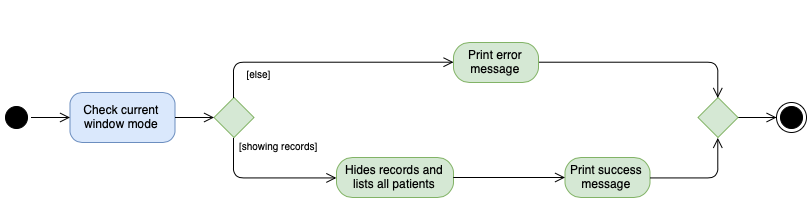
nus-cs2103-AY1819S2/addressbook-level4 keeps this draw.io diagram as docs/images/BackActivityDiagram.png. Above is the earlier version. Source tidied: cells renumbered, new cells last; positions are measured from the earlier drawing's top-left corner, leaving out a move shared by most shapes. The source it was exported from:
```xml
<mxGraphModel background="#ffffff">
  <root>
    <mxCell id="0" />
    <mxCell id="1" parent="0" />
    <mxCell id="2" style="ellipse;html=1;shape=endState;fillColor=#000000;strokeColor=#000000;rounded=1;shadow=0;comic=0;labelBackgroundColor=none;fontFamily=Verdana;fontSize=12;fontColor=#000000;align=center;" parent="1" vertex="1">
      <mxGeometry x="776" y="60" width="30" height="30" as="geometry" />
    </mxCell>
    <mxCell id="3" style="ellipse;html=1;shape=startState;fillColor=#000000;strokeColor=#000000;" parent="1" vertex="1">
      <mxGeometry x="0.5" y="60" width="30" height="30" as="geometry" />
    </mxCell>
    <mxCell id="4" style="rhombus;whiteSpace=wrap;html=1;fillColor=#d5e8d4;strokeColor=#82b366;" parent="1" vertex="1">
      <mxGeometry x="213.5" y="55" width="40" height="40" as="geometry" />
    </mxCell>
    <mxCell id="5" value="&lt;div style=&quot;text-align: center&quot;&gt;&lt;div style=&quot;text-align: left&quot;&gt;&lt;br&gt;&lt;/div&gt;&lt;/div&gt;" style="edgeStyle=orthogonalEdgeStyle;html=1;align=left;verticalAlign=bottom;endArrow=open;endSize=8;strokeColor=#000000;entryX=0;entryY=0.5;entryDx=0;entryDy=0;" parent="1" edge="1" source="4" target="18">
      <mxGeometry x="-0.33" y="28" relative="1" as="geometry">
        <Array as="points">
          <mxPoint x="233.5" y="20" />
        </Array>
        <mxPoint x="-8" y="-20" as="offset" />
      </mxGeometry>
    </mxCell>
    <mxCell id="6" value="[showing records]" style="text;strokeColor=none;fillColor=none;align=left;verticalAlign=top;spacingLeft=4;spacingRight=4;overflow=hidden;fontSize=10;" parent="1" vertex="1">
      <mxGeometry x="233" y="92" width="90" height="26" as="geometry" />
    </mxCell>
    <mxCell id="7" value="[else]" style="text;strokeColor=none;fillColor=none;align=left;verticalAlign=top;spacingLeft=4;spacingRight=4;overflow=hidden;fontSize=10;" parent="1" vertex="1">
      <mxGeometry x="240.5" y="20" width="40" height="26" as="geometry" />
    </mxCell>
    <mxCell id="8" style="edgeStyle=orthogonalEdgeStyle;html=1;verticalAlign=bottom;endArrow=open;endSize=8;strokeColor=#000000;fontSize=10;" parent="1" edge="1" source="10" target="2">
      <mxGeometry relative="1" as="geometry" />
    </mxCell>
    <mxCell id="9" value="Hides records and lists all patients" style="rounded=1;whiteSpace=wrap;html=1;arcSize=40;fillColor=#d5e8d4;strokeColor=#82b366;" parent="1" vertex="1">
      <mxGeometry x="336" y="115" width="117" height="40" as="geometry" />
    </mxCell>
    <mxCell id="10" style="rhombus;whiteSpace=wrap;html=1;fillColor=#d5e8d4;strokeColor=#82b366;" parent="1" vertex="1">
      <mxGeometry x="697.5" y="55" width="40" height="40" as="geometry" />
    </mxCell>
    <mxCell id="11" value="&lt;font face=&quot;Helvetica&quot;&gt;Check current window mode&lt;/font&gt;" style="rounded=1;whiteSpace=wrap;html=1;arcSize=24;fillColor=#dae8fc;strokeColor=#6c8ebf;shadow=0;comic=0;labelBackgroundColor=none;fontFamily=Verdana;fontSize=12;align=center;" parent="1" vertex="1">
      <mxGeometry x="69.5" y="50" width="105" height="50" as="geometry" />
    </mxCell>
    <mxCell id="12" style="edgeStyle=orthogonalEdgeStyle;html=1;verticalAlign=bottom;endArrow=open;endSize=8;strokeColor=#000000;" parent="1" edge="1" source="3" target="11">
      <mxGeometry relative="1" as="geometry" />
    </mxCell>
    <mxCell id="13" style="edgeStyle=orthogonalEdgeStyle;html=1;verticalAlign=bottom;endArrow=open;endSize=8;strokeColor=#000000;fontSize=10;entryX=0.5;entryY=0;entryDx=0;entryDy=0;" parent="1" edge="1" source="18" target="10">
      <mxGeometry relative="1" as="geometry" />
    </mxCell>
    <mxCell id="14" style="edgeStyle=orthogonalEdgeStyle;html=1;verticalAlign=bottom;endArrow=open;endSize=8;strokeColor=#000000;" parent="1" edge="1" source="11" target="4">
      <mxGeometry relative="1" as="geometry" />
    </mxCell>
    <mxCell id="15" value="Print success message" style="rounded=1;whiteSpace=wrap;html=1;arcSize=40;fillColor=#d5e8d4;strokeColor=#82b366;" parent="1" vertex="1">
      <mxGeometry x="564.5" y="115" width="85" height="40" as="geometry" />
    </mxCell>
    <mxCell id="16" style="edgeStyle=orthogonalEdgeStyle;html=1;verticalAlign=bottom;endArrow=open;endSize=8;strokeColor=#000000;fontSize=10;" parent="1" edge="1" source="9" target="15">
      <mxGeometry relative="1" as="geometry" />
    </mxCell>
    <mxCell id="17" style="edgeStyle=orthogonalEdgeStyle;html=1;verticalAlign=bottom;endArrow=open;endSize=8;strokeColor=#000000;fontSize=10;entryX=0.5;entryY=1;entryDx=0;entryDy=0;" parent="1" edge="1" source="15" target="10">
      <mxGeometry relative="1" as="geometry" />
    </mxCell>
    <mxCell id="18" value="Print error message" style="rounded=1;whiteSpace=wrap;html=1;arcSize=40;fillColor=#d5e8d4;strokeColor=#82b366;" parent="1" vertex="1">
      <mxGeometry x="453" width="85" height="40" as="geometry" />
    </mxCell>
    <mxCell id="19" style="edgeStyle=orthogonalEdgeStyle;html=1;verticalAlign=bottom;endArrow=open;endSize=8;strokeColor=#000000;fontSize=10;entryX=0;entryY=0.5;entryDx=0;entryDy=0;exitX=0.5;exitY=1;exitDx=0;exitDy=0;" parent="1" edge="1" source="4" target="9">
      <mxGeometry relative="1" as="geometry" />
    </mxCell>
  </root>
</mxGraphModel>
```
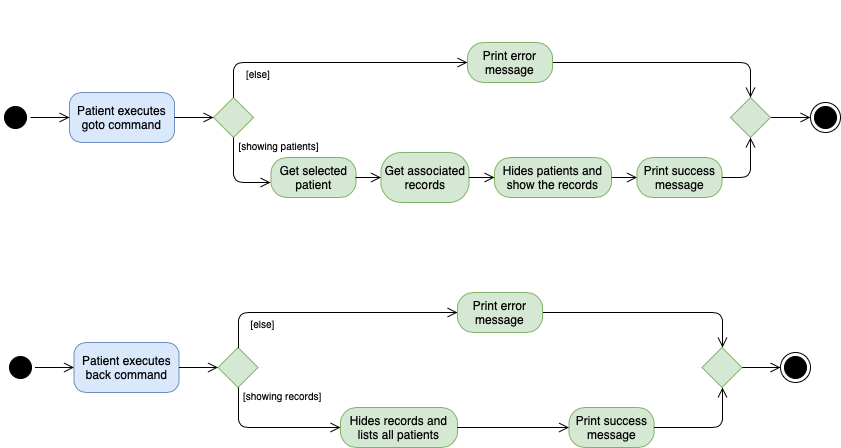
Above is the later version.

Change to the diagram source:
```diff
@@ -2,6 +2,88 @@
   <root>
     <mxCell id="0" />
     <mxCell id="1" parent="0" />
+    <mxCell id="20" style="ellipse;html=1;shape=endState;fillColor=#000000;strokeColor=#000000;rounded=1;shadow=0;comic=0;labelBackgroundColor=none;fontFamily=Verdana;fontSize=12;fontColor=#000000;align=center;" parent="1" vertex="1">
+      <mxGeometry x="806" y="-190" width="30" height="30" as="geometry" />
+    </mxCell>
+    <mxCell id="21" style="ellipse;html=1;shape=startState;fillColor=#000000;strokeColor=#000000;" parent="1" vertex="1">
+      <mxGeometry x="-4" y="-190" width="30" height="30" as="geometry" />
+    </mxCell>
+    <mxCell id="22" style="rhombus;whiteSpace=wrap;html=1;fillColor=#d5e8d4;strokeColor=#82b366;" parent="1" vertex="1">
+      <mxGeometry x="209" y="-195" width="40" height="40" as="geometry" />
+    </mxCell>
+    <mxCell id="23" value="&lt;div style=&quot;text-align: center&quot;&gt;&lt;div style=&quot;text-align: left&quot;&gt;&lt;br&gt;&lt;/div&gt;&lt;/div&gt;" style="edgeStyle=orthogonalEdgeStyle;html=1;align=left;verticalAlign=bottom;endArrow=open;endSize=8;strokeColor=#000000;entryX=0;entryY=0.5;entryDx=0;entryDy=0;" parent="1" edge="1" source="22" target="41">
+      <mxGeometry x="-0.33" y="28" relative="1" as="geometry">
+        <Array as="points">
+          <mxPoint x="229" y="-230" />
+        </Array>
+        <mxPoint x="-8" y="-20" as="offset" />
+      </mxGeometry>
+    </mxCell>
+    <mxCell id="24" value="[showing patients]" style="text;strokeColor=none;fillColor=none;align=left;verticalAlign=top;spacingLeft=4;spacingRight=4;overflow=hidden;fontSize=10;" parent="1" vertex="1">
+      <mxGeometry x="228.5" y="-158" width="90" height="26" as="geometry" />
+    </mxCell>
+    <mxCell id="25" value="[else]" style="text;strokeColor=none;fillColor=none;align=left;verticalAlign=top;spacingLeft=4;spacingRight=4;overflow=hidden;fontSize=10;" parent="1" vertex="1">
+      <mxGeometry x="236" y="-230" width="40" height="26" as="geometry" />
+    </mxCell>
+    <mxCell id="26" value="Get selected patient" style="rounded=1;whiteSpace=wrap;html=1;arcSize=40;fillColor=#d5e8d4;strokeColor=#82b366;" parent="1" vertex="1">
+      <mxGeometry x="266.5" y="-135" width="85" height="40" as="geometry" />
+    </mxCell>
+    <mxCell id="27" value="Get associated records" style="rounded=1;whiteSpace=wrap;html=1;arcSize=40;fillColor=#d5e8d4;strokeColor=#82b366;" parent="1" vertex="1">
+      <mxGeometry x="376.5" y="-140" width="88" height="50" as="geometry" />
+    </mxCell>
+    <mxCell id="28" style="edgeStyle=orthogonalEdgeStyle;html=1;verticalAlign=bottom;endArrow=open;endSize=8;strokeColor=#000000;fontSize=10;" parent="1" edge="1" source="30" target="20">
+      <mxGeometry relative="1" as="geometry" />
+    </mxCell>
+    <mxCell id="29" value="Hides patients and show the records" style="rounded=1;whiteSpace=wrap;html=1;arcSize=40;fillColor=#d5e8d4;strokeColor=#82b366;" parent="1" vertex="1">
+      <mxGeometry x="490" y="-135" width="117" height="40" as="geometry" />
+    </mxCell>
+    <mxCell id="30" style="rhombus;whiteSpace=wrap;html=1;fillColor=#d5e8d4;strokeColor=#82b366;" parent="1" vertex="1">
+      <mxGeometry x="726" y="-195" width="40" height="40" as="geometry" />
+    </mxCell>
+    <mxCell id="31" value="&lt;font face=&quot;Helvetica&quot;&gt;Patient executes goto command&lt;/font&gt;" style="rounded=1;whiteSpace=wrap;html=1;arcSize=24;fillColor=#dae8fc;strokeColor=#6c8ebf;shadow=0;comic=0;labelBackgroundColor=none;fontFamily=Verdana;fontSize=12;align=center;" parent="1" vertex="1">
+      <mxGeometry x="65" y="-200" width="105" height="50" as="geometry" />
+    </mxCell>
+    <mxCell id="32" style="edgeStyle=orthogonalEdgeStyle;html=1;verticalAlign=bottom;endArrow=open;endSize=8;strokeColor=#000000;" parent="1" edge="1" source="21" target="31">
+      <mxGeometry relative="1" as="geometry" />
+    </mxCell>
+    <mxCell id="33" value="&lt;div style=&quot;text-align: center&quot;&gt;&lt;div style=&quot;text-align: left&quot;&gt;&lt;br&gt;&lt;/div&gt;&lt;/div&gt;" style="edgeStyle=orthogonalEdgeStyle;html=1;align=left;verticalAlign=bottom;endArrow=open;endSize=8;strokeColor=#000000;" parent="1" edge="1">
+      <mxGeometry x="-0.33" y="28" relative="1" as="geometry">
+        <mxPoint x="229" y="-155" as="sourcePoint" />
+        <mxPoint x="266" y="-110" as="targetPoint" />
+        <Array as="points">
+          <mxPoint x="229" y="-110" />
+        </Array>
+        <mxPoint x="-8" y="-20" as="offset" />
+      </mxGeometry>
+    </mxCell>
+    <mxCell id="34" style="edgeStyle=orthogonalEdgeStyle;html=1;verticalAlign=bottom;endArrow=open;endSize=8;strokeColor=#000000;fontSize=10;entryX=0.5;entryY=0;entryDx=0;entryDy=0;" parent="1" edge="1" source="41" target="30">
+      <mxGeometry relative="1" as="geometry" />
+    </mxCell>
+    <mxCell id="35" style="edgeStyle=orthogonalEdgeStyle;html=1;verticalAlign=bottom;endArrow=open;endSize=8;strokeColor=#000000;fontSize=10;entryX=0;entryY=0.5;entryDx=0;entryDy=0;" parent="1" edge="1" target="29">
+      <mxGeometry relative="1" as="geometry">
+        <mxPoint x="464.5" y="-115" as="sourcePoint" />
+      </mxGeometry>
+    </mxCell>
+    <mxCell id="36" style="edgeStyle=orthogonalEdgeStyle;html=1;verticalAlign=bottom;endArrow=open;endSize=8;strokeColor=#000000;fontSize=10;" parent="1" edge="1" target="27">
+      <mxGeometry relative="1" as="geometry">
+        <mxPoint x="351" y="-115" as="sourcePoint" />
+      </mxGeometry>
+    </mxCell>
+    <mxCell id="37" style="edgeStyle=orthogonalEdgeStyle;html=1;verticalAlign=bottom;endArrow=open;endSize=8;strokeColor=#000000;" parent="1" edge="1" source="31" target="22">
+      <mxGeometry relative="1" as="geometry" />
+    </mxCell>
+    <mxCell id="38" value="Print success message" style="rounded=1;whiteSpace=wrap;html=1;arcSize=40;fillColor=#d5e8d4;strokeColor=#82b366;" parent="1" vertex="1">
+      <mxGeometry x="632.5" y="-135" width="85" height="40" as="geometry" />
+    </mxCell>
+    <mxCell id="39" style="edgeStyle=orthogonalEdgeStyle;html=1;verticalAlign=bottom;endArrow=open;endSize=8;strokeColor=#000000;fontSize=10;" parent="1" edge="1" source="29" target="38">
+      <mxGeometry relative="1" as="geometry" />
+    </mxCell>
+    <mxCell id="40" style="edgeStyle=orthogonalEdgeStyle;html=1;verticalAlign=bottom;endArrow=open;endSize=8;strokeColor=#000000;fontSize=10;entryX=0.5;entryY=1;entryDx=0;entryDy=0;" parent="1" edge="1" source="38" target="30">
+      <mxGeometry relative="1" as="geometry" />
+    </mxCell>
+    <mxCell id="41" value="Print error message" style="rounded=1;whiteSpace=wrap;html=1;arcSize=40;fillColor=#d5e8d4;strokeColor=#82b366;" parent="1" vertex="1">
+      <mxGeometry x="463" y="-250" width="85" height="40" as="geometry" />
+    </mxCell>
     <mxCell id="2" style="ellipse;html=1;shape=endState;fillColor=#000000;strokeColor=#000000;rounded=1;shadow=0;comic=0;labelBackgroundColor=none;fontFamily=Verdana;fontSize=12;fontColor=#000000;align=center;" parent="1" vertex="1">
       <mxGeometry x="776" y="60" width="30" height="30" as="geometry" />
     </mxCell>
@@ -34,18 +116,18 @@
     <mxCell id="10" style="rhombus;whiteSpace=wrap;html=1;fillColor=#d5e8d4;strokeColor=#82b366;" parent="1" vertex="1">
       <mxGeometry x="697.5" y="55" width="40" height="40" as="geometry" />
     </mxCell>
-    <mxCell id="11" value="&lt;font face=&quot;Helvetica&quot;&gt;Check current window mode&lt;/font&gt;" style="rounded=1;whiteSpace=wrap;html=1;arcSize=24;fillColor=#dae8fc;strokeColor=#6c8ebf;shadow=0;comic=0;labelBackgroundColor=none;fontFamily=Verdana;fontSize=12;align=center;" parent="1" vertex="1">
-      <mxGeometry x="69.5" y="50" width="105" height="50" as="geometry" />
-    </mxCell>
-    <mxCell id="12" style="edgeStyle=orthogonalEdgeStyle;html=1;verticalAlign=bottom;endArrow=open;endSize=8;strokeColor=#000000;" parent="1" edge="1" source="3" target="11">
-      <mxGeometry relative="1" as="geometry" />
-    </mxCell>
+    <mxCell id="42" value="&lt;font face=&quot;Helvetica&quot;&gt;Patient executes back command&lt;/font&gt;" style="rounded=1;whiteSpace=wrap;html=1;arcSize=24;fillColor=#dae8fc;strokeColor=#6c8ebf;shadow=0;comic=0;labelBackgroundColor=none;fontFamily=Verdana;fontSize=12;align=center;" parent="1" vertex="1">
+      <mxGeometry x="69.5" y="50" width="105" height="50" as="geometry" />
+    </mxCell>
+    <mxCell id="43" style="edgeStyle=orthogonalEdgeStyle;html=1;verticalAlign=bottom;endArrow=open;endSize=8;strokeColor=#000000;" parent="1" edge="1" source="3" target="42">
+      <mxGeometry relative="1" as="geometry" />
+    </mxCell>
     <mxCell id="13" style="edgeStyle=orthogonalEdgeStyle;html=1;verticalAlign=bottom;endArrow=open;endSize=8;strokeColor=#000000;fontSize=10;entryX=0.5;entryY=0;entryDx=0;entryDy=0;" parent="1" edge="1" source="18" target="10">
       <mxGeometry relative="1" as="geometry" />
     </mxCell>
-    <mxCell id="14" style="edgeStyle=orthogonalEdgeStyle;html=1;verticalAlign=bottom;endArrow=open;endSize=8;strokeColor=#000000;" parent="1" edge="1" source="11" target="4">
-      <mxGeometry relative="1" as="geometry" />
-    </mxCell>
+    <mxCell id="44" style="edgeStyle=orthogonalEdgeStyle;html=1;verticalAlign=bottom;endArrow=open;endSize=8;strokeColor=#000000;" parent="1" edge="1" source="42" target="4">
+      <mxGeometry relative="1" as="geometry" />
+    </mxCell>
     <mxCell id="15" value="Print success message" style="rounded=1;whiteSpace=wrap;html=1;arcSize=40;fillColor=#d5e8d4;strokeColor=#82b366;" parent="1" vertex="1">
       <mxGeometry x="564.5" y="115" width="85" height="40" as="geometry" />
     </mxCell>
```
